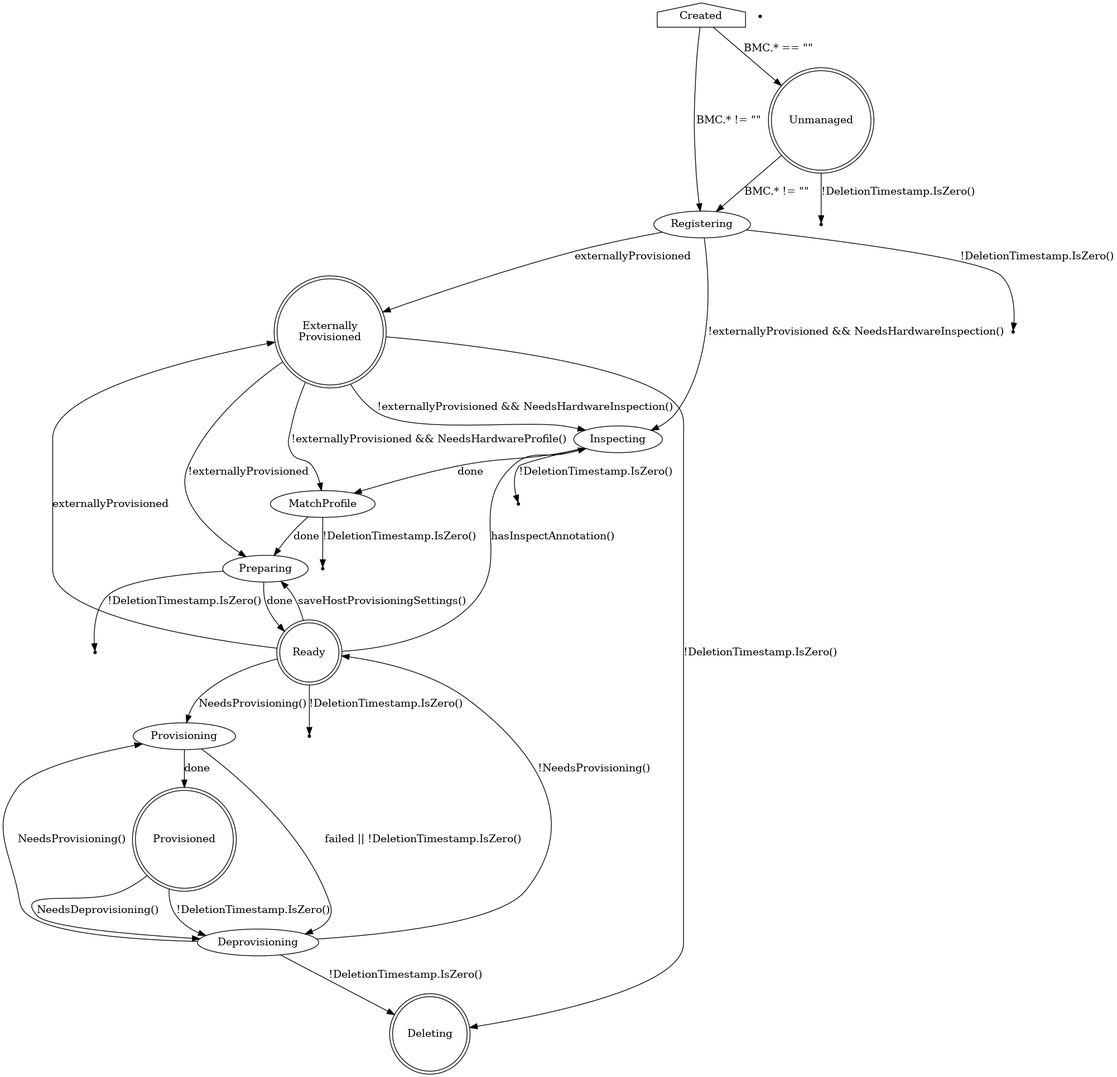
Above: docs/BaremetalHost_ProvisioningState.png in metal3-io/baremetal-operator (Graphviz), before the change. Its source is kept beside it as docs/BaremetalHost_ProvisioningState.dot. Source of this version:
```dot
digraph BaremetalHost {
    Created [shape=house]
    Created -> Unmanaged [label="BMC.* == \"\""]
    Created -> Registering [label="BMC.* != \"\""]

    Unmanaged [shape=doublecircle]
    Unmanaged -> Registering [label="BMC.* != \"\""]
    Unmanaged -> Deleting1 [label="!DeletionTimestamp.IsZero()"]

    Deleting1 [shape=point]

    ExternallyProvisioned [label="Externally\nProvisioned"]

    Registering -> Inspecting [label="!externallyProvisioned && NeedsHardwareInspection()"]
    Registering -> ExternallyProvisioned [label="externallyProvisioned"]
    Registering -> Deleting2 [label="!DeletionTimestamp.IsZero()"]

    Deleting2 [shape=point]

    ExternallyProvisioned -> Inspecting [label="!externallyProvisioned && NeedsHardwareInspection()"]
    ExternallyProvisioned -> MatchProfile [label="!externallyProvisioned && NeedsHardwareProfile()"]
    ExternallyProvisioned -> Preparing [label="!externallyProvisioned"]
    Ready -> ExternallyProvisioned [label="externallyProvisioned"]

    Inspecting -> MatchProfile [label="done"]
    Inspecting -> Deleting3 [label="!DeletionTimestamp.IsZero()"]

    Deleting3 [shape=point]

    MatchProfile -> Preparing [label="done"]
    MatchProfile -> Deleting4 [label="!DeletionTimestamp.IsZero()"]

    Deleting4 [shape=point]

    Deleting5 [shape=point]

    Preparing -> Ready [label="done"]
    Preparing -> Deleting6 [label="!DeletionTimestamp.IsZero()"]

    Deleting6 [shape=point]

    Ready [shape=doublecircle]
    Ready -> Provisioning [label="NeedsProvisioning()"]
    Ready -> Preparing [label="saveHostProvisioningSettings()"]
    Ready -> Deleting7 [label="!DeletionTimestamp.IsZero()"]
    Ready -> Inspecting [label="hasInspectAnnotation()"]

    Deleting7 [shape=point]

    Provisioning -> Provisioned [label=done]
    Provisioning -> Deprovisioning [label="failed || !DeletionTimestamp.IsZero()"]

    Provisioned [shape=doublecircle]
    Provisioned -> Deprovisioning [label="NeedsDeprovisioning()"]
    Provisioned -> Deprovisioning [label="!DeletionTimestamp.IsZero()"]

    ExternallyProvisioned [shape=doublecircle]
    ExternallyProvisioned -> Deleting [label="!DeletionTimestamp.IsZero()"]

    Deprovisioning -> Provisioning [label="NeedsProvisioning()"]
    Deprovisioning -> Ready [label="!NeedsProvisioning()"]
    Deprovisioning -> Deleting [label="!DeletionTimestamp.IsZero()"]

    Deleting [shape=doublecircle]
}
```
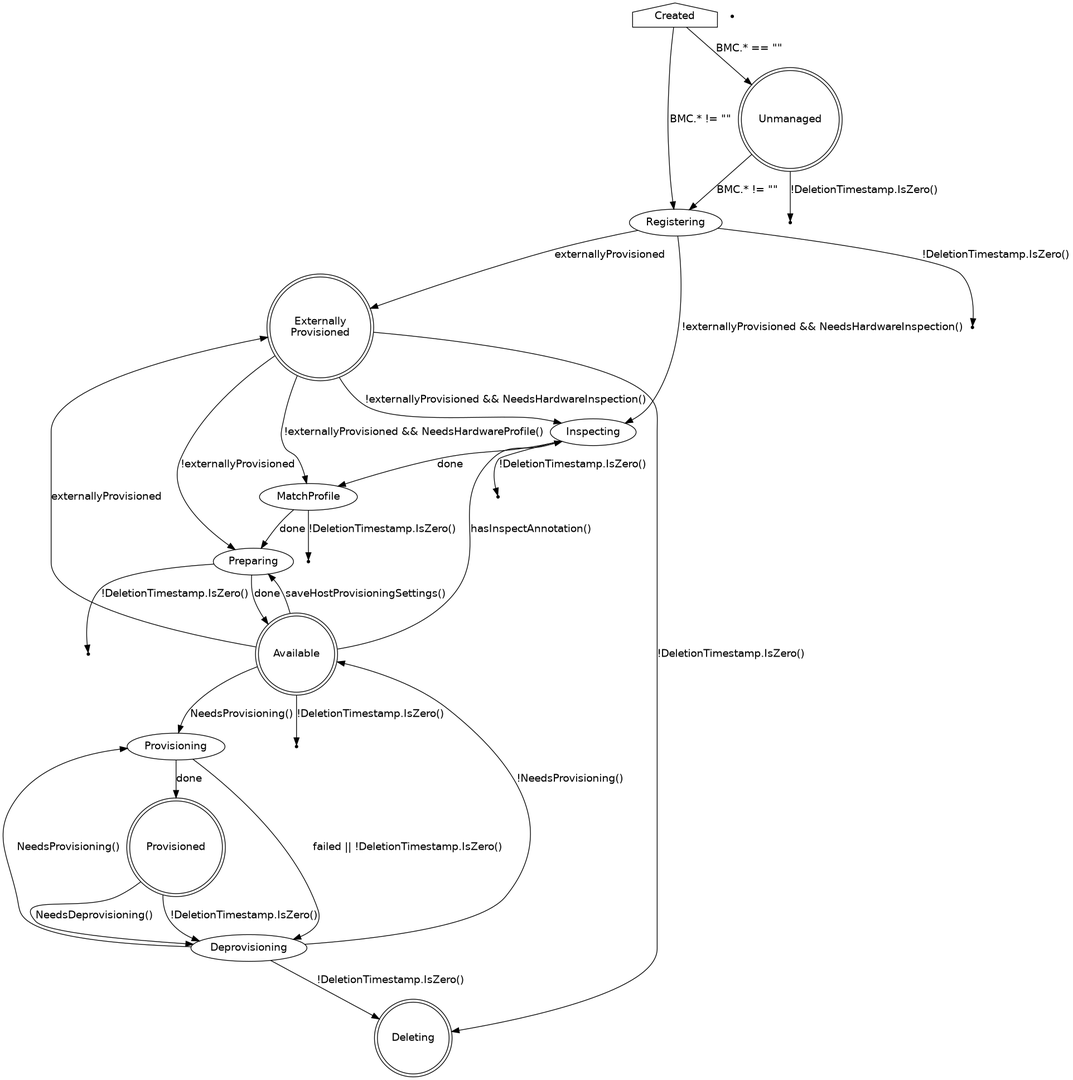
Later version of the same file.

Commit message:
Rename Ready state to Available

What changed in the source:
```diff
@@ -20,7 +20,7 @@
     ExternallyProvisioned -> Inspecting [label="!externallyProvisioned && NeedsHardwareInspection()"]
     ExternallyProvisioned -> MatchProfile [label="!externallyProvisioned && NeedsHardwareProfile()"]
     ExternallyProvisioned -> Preparing [label="!externallyProvisioned"]
-    Ready -> ExternallyProvisioned [label="externallyProvisioned"]
+    Available -> ExternallyProvisioned [label="externallyProvisioned"]
 
     Inspecting -> MatchProfile [label="done"]
     Inspecting -> Deleting3 [label="!DeletionTimestamp.IsZero()"]
@@ -34,16 +34,16 @@
 
     Deleting5 [shape=point]
 
-    Preparing -> Ready [label="done"]
+    Preparing -> Available [label="done"]
     Preparing -> Deleting6 [label="!DeletionTimestamp.IsZero()"]
 
     Deleting6 [shape=point]
 
-    Ready [shape=doublecircle]
-    Ready -> Provisioning [label="NeedsProvisioning()"]
-    Ready -> Preparing [label="saveHostProvisioningSettings()"]
-    Ready -> Deleting7 [label="!DeletionTimestamp.IsZero()"]
-    Ready -> Inspecting [label="hasInspectAnnotation()"]
+    Available [shape=doublecircle]
+    Available -> Provisioning [label="NeedsProvisioning()"]
+    Available -> Preparing [label="saveHostProvisioningSettings()"]
+    Available -> Deleting7 [label="!DeletionTimestamp.IsZero()"]
+    Available -> Inspecting [label="hasInspectAnnotation()"]
 
     Deleting7 [shape=point]
 
@@ -58,7 +58,7 @@
     ExternallyProvisioned -> Deleting [label="!DeletionTimestamp.IsZero()"]
 
     Deprovisioning -> Provisioning [label="NeedsProvisioning()"]
-    Deprovisioning -> Ready [label="!NeedsProvisioning()"]
+    Deprovisioning -> Available [label="!NeedsProvisioning()"]
     Deprovisioning -> Deleting [label="!DeletionTimestamp.IsZero()"]
 
     Deleting [shape=doublecircle]
```
